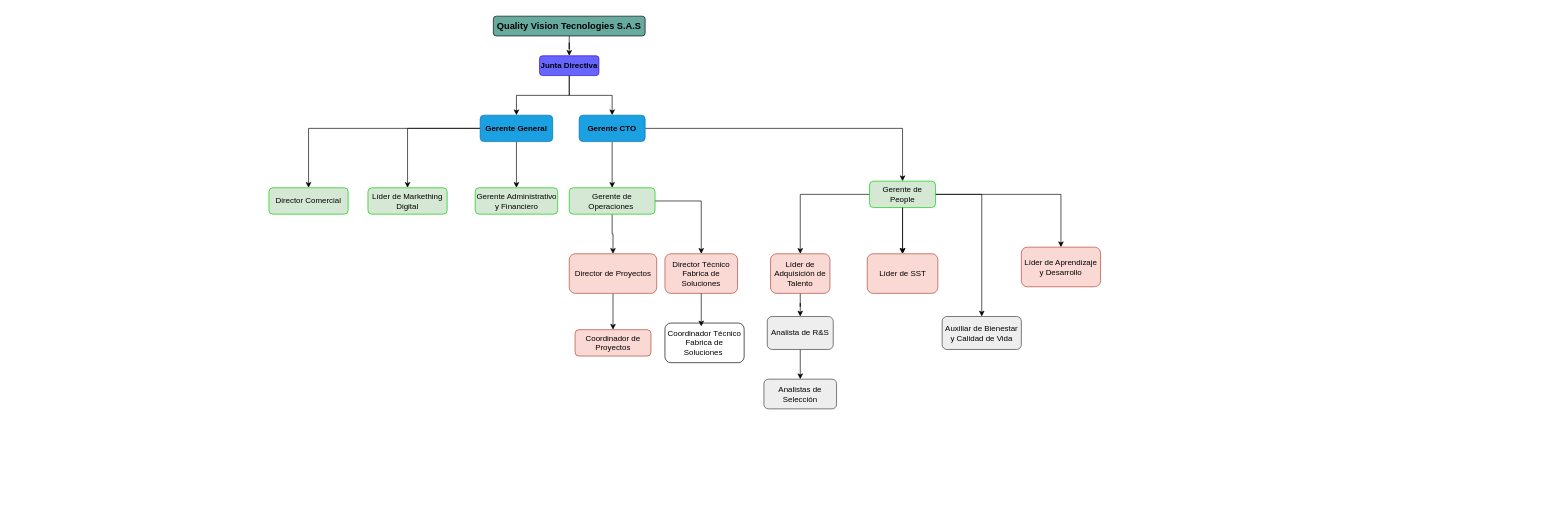
Earlier version of the draw.io diagram Organigrama.drawio (MonicaGalvis27/EjemploLista). Source tidied: cells renumbered, new cells numbered last; positions are measured from the earlier drawing's top-left corner, leaving out a move shared by most shapes. Both pictures are drawn from the tidied source at 66%, with x=0, y=0 at pixel (269, 16).
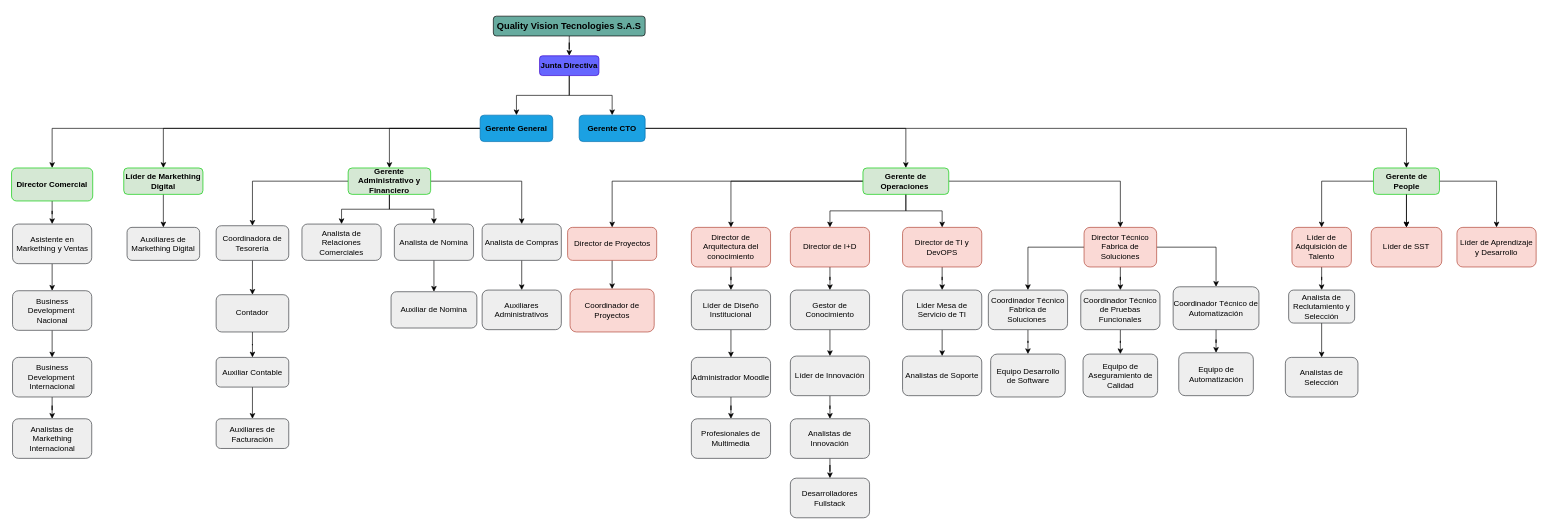
After the change.

Diff of the diagram source:
```diff
@@
+    <mxCell id="40" style="edgeStyle=orthogonalEdgeStyle;rounded=0;jettySize=auto;html=1;" parent="1" edge="1" source="14" target="97">
+      <mxGeometry relative="1" as="geometry" />
+    </mxCell>
-    <mxCell id="14" value="Director Comercial" style="rounded=1;whiteSpace=wrap;html=1;fillColor=#d5e8d4;strokeColor=#00CC00;" parent="1" vertex="1">
-      <mxGeometry y="260" width="120" height="40" as="geometry" />
+    <mxCell id="14" value="Director Comercial" style="rounded=1;whiteSpace=wrap;html=1;fillColor=#d5e8d4;strokeColor=#00CC00;fontStyle=1;" parent="1" vertex="1">
+      <mxGeometry x="-390" y="230" width="123" height="50" as="geometry" />
     </mxCell>
+    <mxCell id="41" style="edgeStyle=orthogonalEdgeStyle;rounded=0;jettySize=auto;html=1;" parent="1" edge="1" source="15" target="95">
+      <mxGeometry relative="1" as="geometry" />
+    </mxCell>
-    <mxCell id="15" value="Líder de Markething Digital" style="rounded=1;whiteSpace=wrap;html=1;fillColor=#d5e8d4;strokeColor=#00CC00;" parent="1" vertex="1">
-      <mxGeometry x="150" y="260" width="120" height="40" as="geometry" />
+    <mxCell id="15" value="Líder de Markething Digital" style="rounded=1;whiteSpace=wrap;html=1;fillColor=#d5e8d4;strokeColor=#00CC00;fontStyle=1;" parent="1" vertex="1">
+      <mxGeometry x="-220" y="230" width="120" height="40" as="geometry" />
     </mxCell>
+    <mxCell id="42" style="edgeStyle=orthogonalEdgeStyle;rounded=0;jettySize=auto;html=1;entryX=0.5;entryY=0;entryDx=0;entryDy=0;" parent="1" edge="1" source="16" target="93">
+      <mxGeometry relative="1" as="geometry" />
+    </mxCell>
+    <mxCell id="43" style="edgeStyle=orthogonalEdgeStyle;rounded=0;jettySize=auto;html=1;entryX=0.5;entryY=0;entryDx=0;entryDy=0;" parent="1" edge="1" source="16" target="90">
+      <mxGeometry relative="1" as="geometry" />
+    </mxCell>
+    <mxCell id="44" style="edgeStyle=orthogonalEdgeStyle;rounded=0;jettySize=auto;html=1;entryX=0.5;entryY=0;entryDx=0;entryDy=0;" parent="1" edge="1" source="16" target="88">
+      <mxGeometry relative="1" as="geometry" />
+    </mxCell>
+    <mxCell id="45" style="edgeStyle=orthogonalEdgeStyle;rounded=0;jettySize=auto;html=1;entryX=0.5;entryY=0;entryDx=0;entryDy=0;" parent="1" edge="1" source="16" target="82">
+      <mxGeometry relative="1" as="geometry" />
+    </mxCell>
-    <mxCell id="16" value="Gerente Administrativo y Financiero" style="rounded=1;whiteSpace=wrap;html=1;fillColor=#d5e8d4;strokeColor=#00CC00;" parent="1" vertex="1">
-      <mxGeometry x="312.5" y="260" width="125" height="40" as="geometry" />
+    <mxCell id="16" value="Gerente Administrativo y Financiero" style="rounded=1;whiteSpace=wrap;html=1;fillColor=#d5e8d4;strokeColor=#00CC00;fontStyle=1;" parent="1" vertex="1">
+      <mxGeometry x="120" y="230" width="125" height="40" as="geometry" />
     </mxCell>
@@
+    <mxCell id="46" style="edgeStyle=orthogonalEdgeStyle;rounded=0;jettySize=auto;html=1;entryX=0.5;entryY=0;entryDx=0;entryDy=0;" parent="1" edge="1" source="19" target="61">
+      <mxGeometry relative="1" as="geometry" />
+    </mxCell>
+    <mxCell id="47" style="edgeStyle=orthogonalEdgeStyle;rounded=0;jettySize=auto;html=1;entryX=0.5;entryY=0;entryDx=0;entryDy=0;" parent="1" edge="1" source="19" target="66">
+      <mxGeometry relative="1" as="geometry" />
+    </mxCell>
+    <mxCell id="48" style="edgeStyle=orthogonalEdgeStyle;rounded=0;jettySize=auto;html=1;entryX=0.5;entryY=0;entryDx=0;entryDy=0;" parent="1" edge="1" source="19" target="75">
+      <mxGeometry relative="1" as="geometry" />
+    </mxCell>
-    <mxCell id="19" value="Gerente de Operaciones&amp;nbsp;" style="rounded=1;whiteSpace=wrap;html=1;fillColor=#d5e8d4;strokeColor=#00CC00;" parent="1" vertex="1">
-      <mxGeometry x="455" y="260" width="130" height="40" as="geometry" />
+    <mxCell id="19" value="Gerente de Operaciones&amp;nbsp;" style="rounded=1;whiteSpace=wrap;html=1;fillColor=#d5e8d4;strokeColor=#00CC00;fontStyle=1;" parent="1" vertex="1">
+      <mxGeometry x="900" y="230" width="130" height="40" as="geometry" />
     </mxCell>
@@
-    <mxCell id="23" style="edgeStyle=orthogonalEdgeStyle;rounded=0;jettySize=auto;html=1;entryX=0.5;entryY=0;entryDx=0;entryDy=0;" parent="1" edge="1" source="24" target="35">
-      <mxGeometry relative="1" as="geometry" />
-    </mxCell>
-    <mxCell id="24" value="Gerente de People" style="rounded=1;whiteSpace=wrap;html=1;fillColor=#d5e8d4;strokeColor=#00CC00;" parent="1" vertex="1">
-      <mxGeometry x="910" y="250" width="100" height="40" as="geometry" />
+    <mxCell id="24" value="Gerente de People" style="rounded=1;whiteSpace=wrap;html=1;fillColor=#d5e8d4;strokeColor=#00CC00;fontStyle=1;" parent="1" vertex="1">
+      <mxGeometry x="1673.5" y="230" width="100" height="40" as="geometry" />
     </mxCell>
@@
     <mxCell id="26" value="Director de Proyectos" style="rounded=1;whiteSpace=wrap;html=1;fillColor=#fad9d5;strokeColor=#ae4132;" parent="1" vertex="1">
-      <mxGeometry x="455" y="360" width="132.5" height="60" as="geometry" />
+      <mxGeometry x="452.5" y="320" width="135" height="50" as="geometry" />
     </mxCell>
     <mxCell id="27" value="Coordinador de Proyectos" style="rounded=1;whiteSpace=wrap;html=1;fillColor=#fad9d5;strokeColor=#ae4132;" parent="1" vertex="1">
-      <mxGeometry x="463.8" y="475" width="115" height="40" as="geometry" />
+      <mxGeometry x="456.2" y="413.5" width="127.5" height="65" as="geometry" />
     </mxCell>
+    <mxCell id="49" style="edgeStyle=orthogonalEdgeStyle;rounded=0;jettySize=auto;html=1;entryX=0.5;entryY=0;entryDx=0;entryDy=0;" parent="1" edge="1" source="28" target="55">
+      <mxGeometry relative="1" as="geometry" />
+    </mxCell>
+    <mxCell id="50" style="edgeStyle=orthogonalEdgeStyle;rounded=0;jettySize=auto;html=1;" parent="1" edge="1" source="28" target="58">
+      <mxGeometry relative="1" as="geometry" />
+    </mxCell>
+    <mxCell id="51" style="edgeStyle=orthogonalEdgeStyle;rounded=0;jettySize=auto;html=1;entryX=0.5;entryY=0;entryDx=0;entryDy=0;" parent="1" edge="1" source="28" target="36">
+      <mxGeometry relative="1" as="geometry" />
+    </mxCell>
     <mxCell id="28" value="Director Técnico Fabrica de Soluciones" style="rounded=1;whiteSpace=wrap;html=1;fillColor=#fad9d5;strokeColor=#ae4132;" parent="1" vertex="1">
-      <mxGeometry x="600" y="360" width="110" height="60" as="geometry" />
+      <mxGeometry x="1235" y="320" width="110" height="60" as="geometry" />
     </mxCell>
@@
     <mxCell id="30" value="Líder de Adquisición de Talento" style="rounded=1;whiteSpace=wrap;html=1;fillColor=#fad9d5;strokeColor=#ae4132;" parent="1" vertex="1">
-      <mxGeometry x="760" y="360" width="90" height="60" as="geometry" />
+      <mxGeometry x="1550" y="320" width="90" height="60" as="geometry" />
     </mxCell>
     <mxCell id="31" value="Líder de Aprendizaje y Desarrollo" style="rounded=1;whiteSpace=wrap;html=1;fillColor=#fad9d5;strokeColor=#ae4132;" parent="1" vertex="1">
-      <mxGeometry x="1140" y="350" width="120" height="60" as="geometry" />
+      <mxGeometry x="1800" y="320" width="120" height="60" as="geometry" />
     </mxCell>
@@
-    <mxCell id="33" value="Analista de R&amp;amp;S" style="rounded=1;whiteSpace=wrap;html=1;fillColor=#eeeeee;strokeColor=#36393d;" parent="1" vertex="1">
-      <mxGeometry x="755" y="455" width="100" height="50" as="geometry" />
+    <mxCell id="33" value="Analista de Reclutamiento y Selección" style="rounded=1;whiteSpace=wrap;html=1;fillColor=#eeeeee;strokeColor=#36393d;" parent="1" vertex="1">
+      <mxGeometry x="1545" y="415" width="100" height="50" as="geometry" />
     </mxCell>
     <mxCell id="34" value="Analistas de Selección" style="rounded=1;whiteSpace=wrap;html=1;fillColor=#eeeeee;strokeColor=#36393d;" parent="1" vertex="1">
-      <mxGeometry x="750" y="550" width="110" height="45" as="geometry" />
+      <mxGeometry x="1540" y="517" width="110" height="60" as="geometry" />
     </mxCell>
-    <mxCell id="35" value="Auxiliar de Bienestar y Calidad de Vida" style="rounded=1;whiteSpace=wrap;html=1;fillColor=#eeeeee;strokeColor=#36393d;" parent="1" vertex="1">
-      <mxGeometry x="1020" y="455" width="120" height="50" as="geometry" />
-    </mxCell>
+    <mxCell id="52" style="edgeStyle=orthogonalEdgeStyle;rounded=0;jettySize=auto;html=1;entryX=0.5;entryY=0;entryDx=0;entryDy=0;" parent="1" edge="1" source="36" target="53">
+      <mxGeometry relative="1" as="geometry" />
+    </mxCell>
-    <mxCell id="36" value="Coordinador Técnico Fabrica de Soluciones&lt;span style=&quot;background-color: transparent; color: light-dark(rgb(0, 0, 0), rgb(255, 255, 255));&quot;&gt;&amp;nbsp;&lt;/span&gt;" style="rounded=1;whiteSpace=wrap;html=1;" parent="1" vertex="1">
-      <mxGeometry x="600" y="465" width="120" height="60" as="geometry" />
+    <mxCell id="36" value="Coordinador Técnico Fabrica de Soluciones&lt;span style=&quot;background-color: transparent; color: light-dark(rgb(0, 0, 0), rgb(255, 255, 255));&quot;&gt;&amp;nbsp;&lt;/span&gt;" style="rounded=1;whiteSpace=wrap;html=1;fillColor=#eeeeee;strokeColor=#36393d;" parent="1" vertex="1">
+      <mxGeometry x="1090" y="415" width="120" height="60" as="geometry" />
     </mxCell>
@@
     <mxCell id="38" value="Líder de SST" style="rounded=1;whiteSpace=wrap;html=1;fillColor=#fad9d5;strokeColor=#ae4132;" parent="1" vertex="1">
-      <mxGeometry x="906.5" y="360" width="107" height="60" as="geometry" />
+      <mxGeometry x="1670" y="320" width="107" height="60" as="geometry" />
     </mxCell>
-    <mxCell id="39" style="edgeStyle=orthogonalEdgeStyle;rounded=0;jettySize=auto;html=1;" parent="1" edge="1" source="28">
-      <mxGeometry relative="1" as="geometry">
-        <mxPoint x="655" y="470" as="targetPoint" />
-      </mxGeometry>
-    </mxCell>
+    <mxCell id="53" value="Equipo Desarrollo de Software" style="rounded=1;whiteSpace=wrap;html=1;fillColor=#eeeeee;strokeColor=#36393d;" parent="1" vertex="1">
+      <mxGeometry x="1093.5" y="512" width="113" height="65" as="geometry" />
+    </mxCell>
+    <mxCell id="54" style="edgeStyle=orthogonalEdgeStyle;rounded=0;jettySize=auto;html=1;" parent="1" edge="1" source="55" target="56">
+      <mxGeometry relative="1" as="geometry" />
+    </mxCell>
+    <mxCell id="55" value="Coordinador Técnico de Pruebas Funcionales" style="rounded=1;whiteSpace=wrap;html=1;fillColor=#eeeeee;strokeColor=#36393d;" parent="1" vertex="1">
+      <mxGeometry x="1230" y="415" width="120" height="60" as="geometry" />
+    </mxCell>
+    <mxCell id="56" value="Equipo de Aseguramiento de Calidad" style="rounded=1;whiteSpace=wrap;html=1;fillColor=#eeeeee;strokeColor=#36393d;" parent="1" vertex="1">
+      <mxGeometry x="1233.5" y="512" width="113" height="65" as="geometry" />
+    </mxCell>
+    <mxCell id="57" style="edgeStyle=orthogonalEdgeStyle;rounded=0;jettySize=auto;html=1;entryX=0.5;entryY=0;entryDx=0;entryDy=0;" parent="1" edge="1" source="58" target="59">
+      <mxGeometry relative="1" as="geometry" />
+    </mxCell>
+    <mxCell id="58" value="Coordinador Técnico de Automatización" style="rounded=1;whiteSpace=wrap;html=1;fillColor=#eeeeee;strokeColor=#36393d;" parent="1" vertex="1">
+      <mxGeometry x="1370" y="410" width="130" height="65" as="geometry" />
+    </mxCell>
+    <mxCell id="59" value="Equipo de Automatización" style="rounded=1;whiteSpace=wrap;html=1;fillColor=#eeeeee;strokeColor=#36393d;" parent="1" vertex="1">
+      <mxGeometry x="1378.5" y="510" width="113" height="65" as="geometry" />
+    </mxCell>
+    <mxCell id="60" style="edgeStyle=orthogonalEdgeStyle;rounded=0;jettySize=auto;html=1;entryX=0.5;entryY=0;entryDx=0;entryDy=0;" parent="1" edge="1" source="61" target="63">
+      <mxGeometry relative="1" as="geometry" />
+    </mxCell>
+    <mxCell id="61" value="Director de TI y DevOPS" style="rounded=1;whiteSpace=wrap;html=1;fillColor=#fad9d5;strokeColor=#ae4132;" parent="1" vertex="1">
+      <mxGeometry x="960" y="320" width="120" height="60" as="geometry" />
+    </mxCell>
+    <mxCell id="62" style="edgeStyle=orthogonalEdgeStyle;rounded=0;jettySize=auto;html=1;entryX=0.5;entryY=0;entryDx=0;entryDy=0;" parent="1" edge="1" source="63" target="64">
+      <mxGeometry relative="1" as="geometry" />
+    </mxCell>
+    <mxCell id="63" value="Líder Mesa de Servicio de TI" style="rounded=1;whiteSpace=wrap;html=1;fillColor=#eeeeee;strokeColor=#36393d;" parent="1" vertex="1">
+      <mxGeometry x="960" y="415" width="120" height="60" as="geometry" />
+    </mxCell>
+    <mxCell id="64" value="Analistas de Soporte" style="rounded=1;whiteSpace=wrap;html=1;fillColor=#eeeeee;strokeColor=#36393d;" parent="1" vertex="1">
+      <mxGeometry x="960" y="515" width="120" height="60" as="geometry" />
+    </mxCell>
+    <mxCell id="65" style="edgeStyle=orthogonalEdgeStyle;rounded=0;jettySize=auto;html=1;" parent="1" edge="1" source="66" target="68">
+      <mxGeometry relative="1" as="geometry" />
+    </mxCell>
+    <mxCell id="66" value="Director de I+D" style="rounded=1;whiteSpace=wrap;html=1;fillColor=#fad9d5;strokeColor=#ae4132;" parent="1" vertex="1">
+      <mxGeometry x="790" y="320" width="120" height="60" as="geometry" />
+    </mxCell>
+    <mxCell id="67" style="edgeStyle=orthogonalEdgeStyle;rounded=0;jettySize=auto;html=1;" parent="1" edge="1" source="68" target="70">
+      <mxGeometry relative="1" as="geometry" />
+    </mxCell>
+    <mxCell id="68" value="Gestor de Conocimiento" style="rounded=1;whiteSpace=wrap;html=1;fillColor=#eeeeee;strokeColor=#36393d;" parent="1" vertex="1">
+      <mxGeometry x="790" y="415" width="120" height="60" as="geometry" />
+    </mxCell>
+    <mxCell id="69" style="edgeStyle=orthogonalEdgeStyle;rounded=0;jettySize=auto;html=1;" parent="1" edge="1" source="70" target="72">
+      <mxGeometry relative="1" as="geometry" />
+    </mxCell>
+    <mxCell id="70" value="Líder de Innovación" style="rounded=1;whiteSpace=wrap;html=1;fillColor=#eeeeee;strokeColor=#36393d;" parent="1" vertex="1">
+      <mxGeometry x="790" y="515" width="120" height="60" as="geometry" />
+    </mxCell>
+    <mxCell id="71" style="edgeStyle=orthogonalEdgeStyle;rounded=0;jettySize=auto;html=1;" parent="1" edge="1" source="72" target="73">
+      <mxGeometry relative="1" as="geometry" />
+    </mxCell>
+    <mxCell id="72" value="Analistas de Innovación" style="rounded=1;whiteSpace=wrap;html=1;fillColor=#eeeeee;strokeColor=#36393d;" parent="1" vertex="1">
+      <mxGeometry x="790" y="610" width="120" height="60" as="geometry" />
+    </mxCell>
+    <mxCell id="73" value="Desarrolladores Fullstack" style="rounded=1;whiteSpace=wrap;html=1;fillColor=#eeeeee;strokeColor=#36393d;" parent="1" vertex="1">
+      <mxGeometry x="790" y="700" width="120" height="60" as="geometry" />
+    </mxCell>
+    <mxCell id="74" style="edgeStyle=orthogonalEdgeStyle;rounded=0;jettySize=auto;html=1;" parent="1" edge="1" source="75" target="77">
+      <mxGeometry relative="1" as="geometry" />
+    </mxCell>
+    <mxCell id="75" value="Director de Arquitectura del conocimiento" style="rounded=1;whiteSpace=wrap;html=1;fillColor=#fad9d5;strokeColor=#ae4132;" parent="1" vertex="1">
+      <mxGeometry x="640" y="320" width="120" height="60" as="geometry" />
+    </mxCell>
+    <mxCell id="76" style="edgeStyle=orthogonalEdgeStyle;rounded=0;jettySize=auto;html=1;" parent="1" edge="1" source="77" target="79">
+      <mxGeometry relative="1" as="geometry" />
+    </mxCell>
+    <mxCell id="77" value="Líder de Diseño Institucional" style="rounded=1;whiteSpace=wrap;html=1;fillColor=#eeeeee;strokeColor=#36393d;" parent="1" vertex="1">
+      <mxGeometry x="640" y="415" width="120" height="60" as="geometry" />
+    </mxCell>
+    <mxCell id="78" style="edgeStyle=orthogonalEdgeStyle;rounded=0;jettySize=auto;html=1;" parent="1" edge="1" source="79" target="80">
+      <mxGeometry relative="1" as="geometry" />
+    </mxCell>
+    <mxCell id="79" value="Administrador Moodle" style="rounded=1;whiteSpace=wrap;html=1;fillColor=#eeeeee;strokeColor=#36393d;" parent="1" vertex="1">
+      <mxGeometry x="640" y="517" width="120" height="60" as="geometry" />
+    </mxCell>
+    <mxCell id="80" value="Profesionales de Multimedia" style="rounded=1;whiteSpace=wrap;html=1;fillColor=#eeeeee;strokeColor=#36393d;" parent="1" vertex="1">
+      <mxGeometry x="640" y="610" width="120" height="60" as="geometry" />
+    </mxCell>
+    <mxCell id="81" style="edgeStyle=orthogonalEdgeStyle;rounded=0;jettySize=auto;html=1;" parent="1" edge="1" source="82" target="84">
+      <mxGeometry relative="1" as="geometry" />
+    </mxCell>
+    <mxCell id="82" value="Coordinadora de Tesorería" style="rounded=1;whiteSpace=wrap;html=1;fillColor=#eeeeee;strokeColor=#36393d;" parent="1" vertex="1">
+      <mxGeometry x="-80" y="317.5" width="110" height="52.5" as="geometry" />
+    </mxCell>
+    <mxCell id="83" style="edgeStyle=orthogonalEdgeStyle;rounded=0;jettySize=auto;html=1;" parent="1" edge="1" source="84" target="86">
+      <mxGeometry relative="1" as="geometry" />
+    </mxCell>
+    <mxCell id="84" value="Contador" style="rounded=1;whiteSpace=wrap;html=1;fillColor=#eeeeee;strokeColor=#36393d;" parent="1" vertex="1">
+      <mxGeometry x="-80" y="422" width="110" height="56.5" as="geometry" />
+    </mxCell>
+    <mxCell id="85" style="edgeStyle=orthogonalEdgeStyle;rounded=0;jettySize=auto;html=1;" parent="1" edge="1" source="86" target="87">
+      <mxGeometry relative="1" as="geometry" />
+    </mxCell>
+    <mxCell id="86" value="Auxiliar Contable" style="rounded=1;whiteSpace=wrap;html=1;fillColor=#eeeeee;strokeColor=#36393d;" parent="1" vertex="1">
+      <mxGeometry x="-80" y="517" width="110" height="45" as="geometry" />
+    </mxCell>
+    <mxCell id="87" value="Auxiliares de Facturación" style="rounded=1;whiteSpace=wrap;html=1;fillColor=#eeeeee;strokeColor=#36393d;" parent="1" vertex="1">
+      <mxGeometry x="-80" y="610" width="110" height="45" as="geometry" />
+    </mxCell>
+    <mxCell id="88" value="Analista de Relaciones Comerciales" style="rounded=1;whiteSpace=wrap;html=1;fillColor=#eeeeee;strokeColor=#36393d;" parent="1" vertex="1">
+      <mxGeometry x="50" y="315" width="120" height="55" as="geometry" />
+    </mxCell>
+    <mxCell id="89" style="edgeStyle=orthogonalEdgeStyle;rounded=0;jettySize=auto;html=1;" parent="1" edge="1" source="90" target="91">
+      <mxGeometry relative="1" as="geometry" />
+    </mxCell>
+    <mxCell id="90" value="Analista de Nomina" style="rounded=1;whiteSpace=wrap;html=1;fillColor=#eeeeee;strokeColor=#36393d;" parent="1" vertex="1">
+      <mxGeometry x="190" y="315" width="120" height="55" as="geometry" />
+    </mxCell>
+    <mxCell id="91" value="Auxiliar de Nomina" style="rounded=1;whiteSpace=wrap;html=1;fillColor=#eeeeee;strokeColor=#36393d;" parent="1" vertex="1">
+      <mxGeometry x="185" y="417.5" width="130" height="55" as="geometry" />
+    </mxCell>
+    <mxCell id="92" style="edgeStyle=orthogonalEdgeStyle;rounded=0;jettySize=auto;html=1;" parent="1" edge="1" source="93" target="94">
+      <mxGeometry relative="1" as="geometry" />
+    </mxCell>
+    <mxCell id="93" value="Analista de Compras" style="rounded=1;whiteSpace=wrap;html=1;fillColor=#eeeeee;strokeColor=#36393d;" parent="1" vertex="1">
+      <mxGeometry x="323" y="315" width="120" height="55" as="geometry" />
+    </mxCell>
+    <mxCell id="94" value="Auxiliares Administrativos" style="rounded=1;whiteSpace=wrap;html=1;fillColor=#eeeeee;strokeColor=#36393d;" parent="1" vertex="1">
+      <mxGeometry x="323" y="415" width="120" height="60" as="geometry" />
+    </mxCell>
+    <mxCell id="95" value="Auxiliares de Markething Digital" style="rounded=1;whiteSpace=wrap;html=1;fillColor=#eeeeee;strokeColor=#36393d;" parent="1" vertex="1">
+      <mxGeometry x="-215" y="320" width="110" height="50" as="geometry" />
+    </mxCell>
+    <mxCell id="96" style="edgeStyle=orthogonalEdgeStyle;rounded=0;jettySize=auto;html=1;" parent="1" edge="1" source="97" target="99">
+      <mxGeometry relative="1" as="geometry" />
+    </mxCell>
+    <mxCell id="97" value="Asistente en Markething y Ventas" style="rounded=1;whiteSpace=wrap;html=1;fillColor=#eeeeee;strokeColor=#36393d;" parent="1" vertex="1">
+      <mxGeometry x="-388.5" y="315" width="120" height="60" as="geometry" />
+    </mxCell>
+    <mxCell id="98" style="edgeStyle=orthogonalEdgeStyle;rounded=0;jettySize=auto;html=1;" parent="1" edge="1" source="99" target="102">
+      <mxGeometry relative="1" as="geometry" />
+    </mxCell>
+    <mxCell id="99" value="Business Development&amp;nbsp;&lt;div&gt;Nacional&lt;/div&gt;" style="rounded=1;whiteSpace=wrap;html=1;fillColor=#eeeeee;strokeColor=#36393d;" parent="1" vertex="1">
+      <mxGeometry x="-388.5" y="416" width="120" height="60" as="geometry" />
+    </mxCell>
+    <mxCell id="100" value="Analistas de Markething Internacional" style="rounded=1;whiteSpace=wrap;html=1;fillColor=#eeeeee;strokeColor=#36393d;" parent="1" vertex="1">
+      <mxGeometry x="-388.5" y="610" width="120" height="60" as="geometry" />
+    </mxCell>
+    <mxCell id="101" style="edgeStyle=orthogonalEdgeStyle;rounded=0;jettySize=auto;html=1;" parent="1" edge="1" source="102" target="100">
+      <mxGeometry relative="1" as="geometry" />
+    </mxCell>
+    <mxCell id="102" value="Business Development&amp;nbsp;&lt;div&gt;Internacional&lt;/div&gt;" style="rounded=1;whiteSpace=wrap;html=1;fillColor=#eeeeee;strokeColor=#36393d;" parent="1" vertex="1">
+      <mxGeometry x="-388.5" y="517" width="120" height="60" as="geometry" />
+    </mxCell>
```
